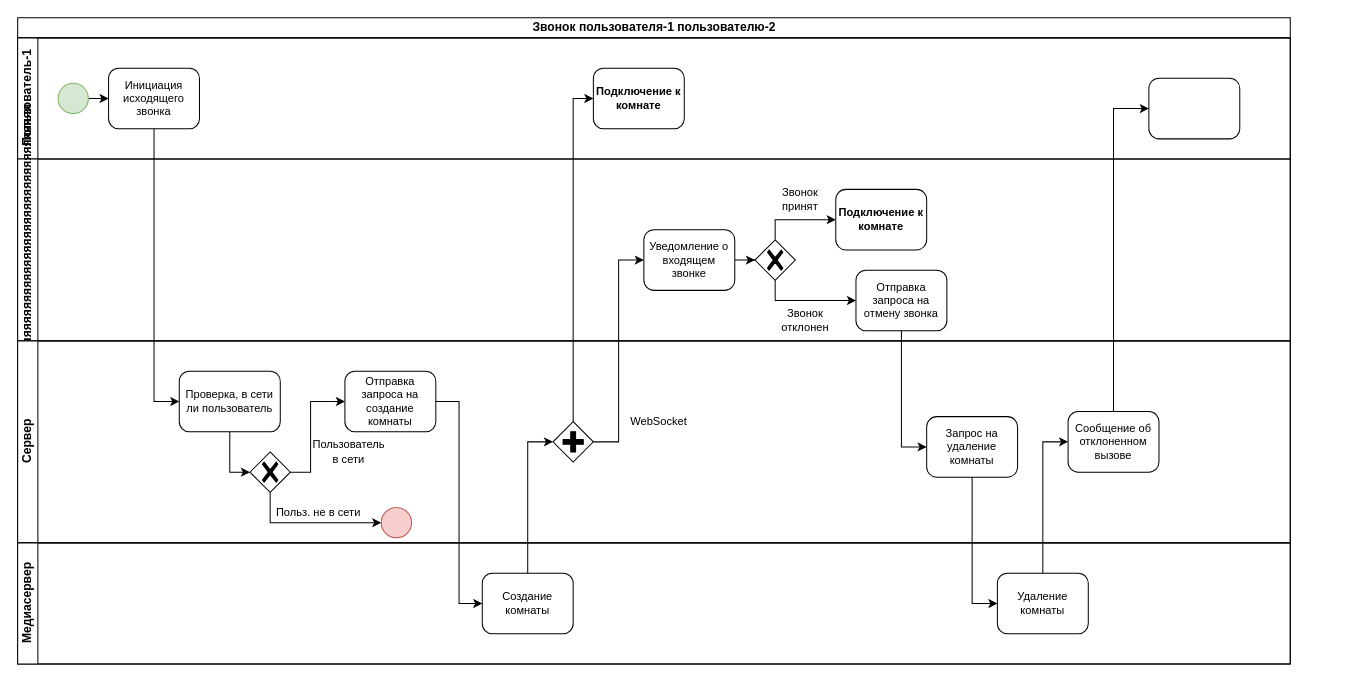
Above: page "Страница 3" (3 of 3) of Диаграммы/Процесс.drawio in den59k/community (draw.io), before the change. Source tidied: cells renumbered, new cells numbered last; positions are measured from the earlier drawing's top-left corner, leaving out a move shared by most shapes. Both pictures are drawn from the tidied source at 101%, with x=0, y=0 at pixel (17, 17).
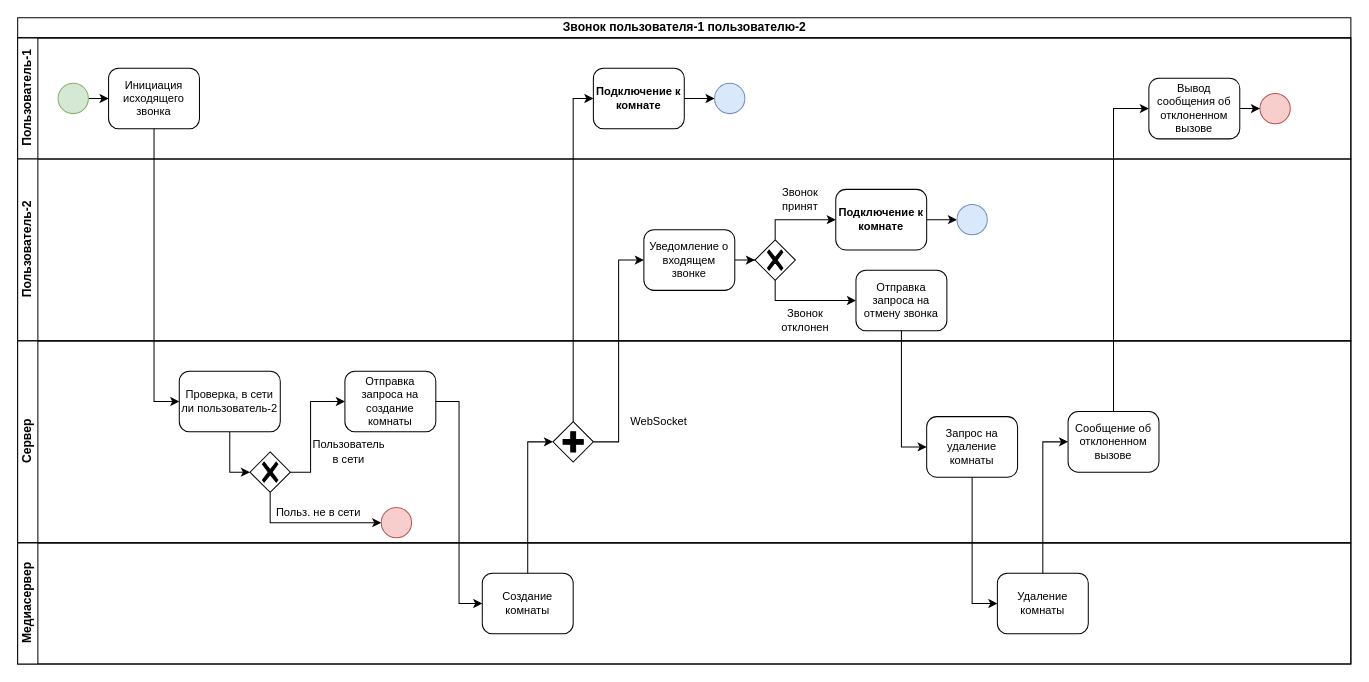
The same page after the edit.

The change refers to these unchanged cells:
```xml
<mxCell id="7" value="Подключение к комнате" style="points=[[0.25,0,0],[0.5,0,0],[0.75,0,0],[1,0.25,0],[1,0.5,0],[1,0.75,0],[0.75,1,0],[0.5,1,0],[0.25,1,0],[0,0.75,0],[0,0.5,0],[0,0.25,0]];shape=mxgraph.bpmn.task;rectStyle=rounded;size=10;taskMarker=abstract;whiteSpace=wrap;fontSize=11;fontStyle=1;" parent="3" vertex="1">
  <mxGeometry x="570" y="30" width="90" height="60" as="geometry" />
</mxCell>
<mxCell id="15" value="Подключение к комнате" style="points=[[0.25,0,0],[0.5,0,0],[0.75,0,0],[1,0.25,0],[1,0.5,0],[1,0.75,0],[0.75,1,0],[0.5,1,0],[0.25,1,0],[0,0.75,0],[0,0.5,0],[0,0.25,0]];shape=mxgraph.bpmn.task;rectStyle=rounded;size=10;taskMarker=abstract;whiteSpace=wrap;fontSize=11;fontStyle=1;" parent="9" vertex="1">
  <mxGeometry x="810" y="30" width="90" height="60" as="geometry" />
</mxCell>
```

Change to the diagram source:
```diff
@@
     <mxCell id="2" value="Звонок пользователя-1 пользователю-2" style="swimlane;html=1;horizontal=1;startSize=20;" parent="1" vertex="1">
-      <mxGeometry width="1260" height="640" as="geometry" />
+      <mxGeometry width="1320" height="640" as="geometry" />
     </mxCell>
     <mxCell id="3" value="Пользователь-1" style="swimlane;html=1;startSize=20;horizontal=0;" parent="2" vertex="1">
-      <mxGeometry y="20" width="1260" height="120" as="geometry" />
+      <mxGeometry y="20" width="1320" height="120" as="geometry" />
     </mxCell>
@@
+    <mxCell id="46" style="edgeStyle=orthogonalEdgeStyle;rounded=0;jettySize=auto;html=1;" parent="3" edge="1" source="7" target="48">
+      <mxGeometry relative="1" as="geometry" />
+    </mxCell>
@@
+    <mxCell id="47" style="edgeStyle=orthogonalEdgeStyle;rounded=0;jettySize=auto;html=1;" parent="3" edge="1" source="8" target="49">
+      <mxGeometry relative="1" as="geometry" />
+    </mxCell>
-    <mxCell id="8" style="points=[[0.25,0,0],[0.5,0,0],[0.75,0,0],[1,0.25,0],[1,0.5,0],[1,0.75,0],[0.75,1,0],[0.5,1,0],[0.25,1,0],[0,0.75,0],[0,0.5,0],[0,0.25,0]];shape=mxgraph.bpmn.task;rectStyle=rounded;size=10;taskMarker=abstract;whiteSpace=wrap;fontSize=11;" parent="3" vertex="1">
+    <mxCell id="8" value="Вывод сообщения об отклоненном вызове" style="points=[[0.25,0,0],[0.5,0,0],[0.75,0,0],[1,0.25,0],[1,0.5,0],[1,0.75,0],[0.75,1,0],[0.5,1,0],[0.25,1,0],[0,0.75,0],[0,0.5,0],[0,0.25,0]];shape=mxgraph.bpmn.task;rectStyle=rounded;size=10;taskMarker=abstract;whiteSpace=wrap;fontSize=11;" parent="3" vertex="1">
       <mxGeometry x="1120" y="40" width="90" height="60" as="geometry" />
     </mxCell>
+    <mxCell id="48" style="points=[[0.145,0.145,0],[0.5,0,0],[0.855,0.145,0],[1,0.5,0],[0.855,0.855,0],[0.5,1,0],[0.145,0.855,0],[0,0.5,0]];shape=mxgraph.bpmn.event;html=1;verticalLabelPosition=bottom;labelBackgroundColor=#ffffff;verticalAlign=top;align=center;perimeter=ellipsePerimeter;outlineConnect=0;outline=standard;symbol=general;fontSize=11;fillColor=#dae8fc;strokeColor=#6c8ebf;" parent="3" vertex="1">
+      <mxGeometry x="690" y="45" width="30" height="30" as="geometry" />
+    </mxCell>
+    <mxCell id="49" style="points=[[0.145,0.145,0],[0.5,0,0],[0.855,0.145,0],[1,0.5,0],[0.855,0.855,0],[0.5,1,0],[0.145,0.855,0],[0,0.5,0]];shape=mxgraph.bpmn.event;html=1;verticalLabelPosition=bottom;labelBackgroundColor=#ffffff;verticalAlign=top;align=center;perimeter=ellipsePerimeter;outlineConnect=0;outline=standard;symbol=general;fontSize=11;fillColor=#f8cecc;strokeColor=#b85450;" parent="3" vertex="1">
+      <mxGeometry x="1230" y="55" width="30" height="30" as="geometry" />
+    </mxCell>
-    <mxCell id="9" value="яяяяяяяяяяяяяяяяяяяяяяяяяяяяяяяяяяяяяяяяя" style="swimlane;html=1;startSize=20;horizontal=0;" parent="2" vertex="1">
-      <mxGeometry y="140" width="1260" height="180" as="geometry" />
+    <mxCell id="9" value="Пользователь-2" style="swimlane;html=1;startSize=20;horizontal=0;" parent="2" vertex="1">
+      <mxGeometry y="140" width="1320" height="180" as="geometry" />
     </mxCell>
@@
+    <mxCell id="50" style="edgeStyle=orthogonalEdgeStyle;rounded=0;jettySize=auto;html=1;" parent="9" edge="1" source="15" target="51">
+      <mxGeometry relative="1" as="geometry" />
+    </mxCell>
@@
+    <mxCell id="51" style="points=[[0.145,0.145,0],[0.5,0,0],[0.855,0.145,0],[1,0.5,0],[0.855,0.855,0],[0.5,1,0],[0.145,0.855,0],[0,0.5,0]];shape=mxgraph.bpmn.event;html=1;verticalLabelPosition=bottom;labelBackgroundColor=#ffffff;verticalAlign=top;align=center;perimeter=ellipsePerimeter;outlineConnect=0;outline=standard;symbol=general;fontSize=11;fillColor=#dae8fc;strokeColor=#6c8ebf;" parent="9" vertex="1">
+      <mxGeometry x="930" y="45" width="30" height="30" as="geometry" />
+    </mxCell>
     <mxCell id="20" value="Сервер" style="swimlane;html=1;startSize=20;horizontal=0;" parent="2" vertex="1">
-      <mxGeometry y="320" width="1260" height="200" as="geometry" />
+      <mxGeometry y="320" width="1320" height="200" as="geometry" />
     </mxCell>
@@
-    <mxCell id="23" value="Проверка, в сети ли пользователь" style="points=[[0.25,0,0],[0.5,0,0],[0.75,0,0],[1,0.25,0],[1,0.5,0],[1,0.75,0],[0.75,1,0],[0.5,1,0],[0.25,1,0],[0,0.75,0],[0,0.5,0],[0,0.25,0]];shape=mxgraph.bpmn.task;rectStyle=rounded;size=10;taskMarker=abstract;whiteSpace=wrap;fontSize=11;" parent="20" vertex="1">
+    <mxCell id="23" value="Проверка, в сети ли пользователь-2" style="points=[[0.25,0,0],[0.5,0,0],[0.75,0,0],[1,0.25,0],[1,0.5,0],[1,0.75,0],[0.75,1,0],[0.5,1,0],[0.25,1,0],[0,0.75,0],[0,0.5,0],[0,0.25,0]];shape=mxgraph.bpmn.task;rectStyle=rounded;size=10;taskMarker=abstract;whiteSpace=wrap;fontSize=11;" parent="20" vertex="1">
       <mxGeometry x="160" y="30" width="100" height="60" as="geometry" />
     </mxCell>
@@
     <mxCell id="34" value="Медиасервер" style="swimlane;html=1;startSize=20;horizontal=0;" parent="2" vertex="1">
-      <mxGeometry y="520" width="1260" height="120" as="geometry" />
+      <mxGeometry y="520" width="1320" height="120" as="geometry" />
     </mxCell>
```
